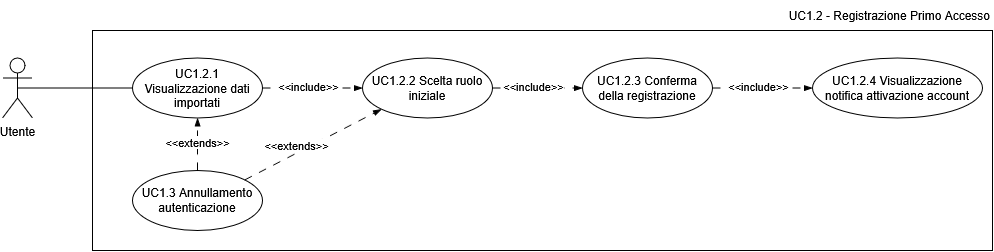
Above: docs/asset/UC1.2.png in HeptaCode-UniPD/heptacode-unipd.github.io (draw.io), before the change. Source tidied: cells renumbered, new cells last; positions are measured from the earlier drawing's top-left corner, leaving out a move shared by most shapes. Its diagram source:
```xml
<mxGraphModel>
  <root>
    <mxCell id="0" />
    <mxCell id="1" parent="0" />
    <mxCell id="2" style="rounded=0;whiteSpace=wrap;html=1;fillColor=none;" parent="1" vertex="1">
      <mxGeometry x="90" y="30" width="900" height="220" as="geometry" />
    </mxCell>
    <mxCell id="3" style="rounded=0;jettySize=auto;html=1;exitX=0.5;exitY=0.5;exitDx=0;exitDy=0;exitPerimeter=0;entryX=0;entryY=0.5;entryDx=0;entryDy=0;endArrow=none;endFill=0;" parent="1" edge="1" source="4" target="5">
      <mxGeometry relative="1" as="geometry" />
    </mxCell>
    <mxCell id="4" value="Utente" style="shape=umlActor;verticalLabelPosition=bottom;verticalAlign=top;html=1;outlineConnect=0;" parent="1" vertex="1">
      <mxGeometry y="57.5" width="30" height="60" as="geometry" />
    </mxCell>
    <mxCell id="5" value="UC1.2.1 Visualizzazione dati importati" style="ellipse;whiteSpace=wrap;html=1;" parent="1" vertex="1">
      <mxGeometry x="130" y="57.5" width="130" height="60" as="geometry" />
    </mxCell>
    <mxCell id="6" style="edgeStyle=none;shape=connector;rounded=0;orthogonalLoop=1;jettySize=auto;html=1;exitX=0.5;exitY=1;exitDx=0;exitDy=0;strokeColor=default;align=center;verticalAlign=middle;fontFamily=Helvetica;fontSize=11;fontColor=default;labelBackgroundColor=default;endArrow=none;endFill=0;" parent="1" edge="1" source="2" target="2">
      <mxGeometry relative="1" as="geometry" />
    </mxCell>
    <mxCell id="7" value="UC1.2.2 Scelta ruolo iniziale" style="ellipse;whiteSpace=wrap;html=1;" parent="1" vertex="1">
      <mxGeometry x="360" y="57.5" width="130" height="60" as="geometry" />
    </mxCell>
    <mxCell id="8" style="edgeStyle=none;shape=connector;rounded=0;jettySize=auto;html=1;exitX=1;exitY=0.5;exitDx=0;exitDy=0;entryX=0;entryY=0.5;entryDx=0;entryDy=0;strokeColor=default;align=center;verticalAlign=middle;fontFamily=Helvetica;fontSize=11;fontColor=default;labelBackgroundColor=default;endArrow=blockThin;endFill=1;startArrow=none;startFill=0;dashed=1;dashPattern=8 8;" parent="1" edge="1" source="5" target="7">
      <mxGeometry relative="1" as="geometry" />
    </mxCell>
    <mxCell id="9" value="&amp;lt;&amp;lt;include&amp;gt;&amp;gt;" style="edgeLabel;html=1;align=center;verticalAlign=middle;fontFamily=Helvetica;fontSize=11;fontColor=default;labelBackgroundColor=default;" parent="8" vertex="1">
      <mxGeometry x="-0.11" y="2" relative="1" as="geometry" />
    </mxCell>
    <mxCell id="10" value="UC1.3 Annullamento autenticazione" style="ellipse;whiteSpace=wrap;html=1;" parent="1" vertex="1">
      <mxGeometry x="130" y="170" width="130" height="60" as="geometry" />
    </mxCell>
    <mxCell id="11" style="edgeStyle=none;shape=connector;rounded=0;jettySize=auto;html=1;exitX=0.5;exitY=0;exitDx=0;exitDy=0;entryX=0.5;entryY=1;entryDx=0;entryDy=0;strokeColor=default;align=center;verticalAlign=middle;fontFamily=Helvetica;fontSize=11;fontColor=default;labelBackgroundColor=default;endArrow=blockThin;endFill=1;dashed=1;dashPattern=8 8;" parent="1" edge="1" source="10" target="5">
      <mxGeometry relative="1" as="geometry" />
    </mxCell>
    <mxCell id="12" value="&amp;lt;&amp;lt;extends&amp;gt;&amp;gt;" style="edgeLabel;html=1;align=center;verticalAlign=middle;fontFamily=Helvetica;fontSize=11;fontColor=default;labelBackgroundColor=default;" parent="11" vertex="1">
      <mxGeometry x="-0.21" y="-2" relative="1" as="geometry">
        <mxPoint x="-3" y="-9" as="offset" />
      </mxGeometry>
    </mxCell>
    <mxCell id="13" value="UC1.2.3 Conferma della registrazione" style="ellipse;whiteSpace=wrap;html=1;" parent="1" vertex="1">
      <mxGeometry x="580" y="57.5" width="130" height="60" as="geometry" />
    </mxCell>
    <mxCell id="14" style="edgeStyle=none;shape=connector;rounded=0;jettySize=auto;html=1;exitX=1;exitY=0.5;exitDx=0;exitDy=0;entryX=0;entryY=0.5;entryDx=0;entryDy=0;strokeColor=default;align=center;verticalAlign=middle;fontFamily=Helvetica;fontSize=11;fontColor=default;labelBackgroundColor=default;endArrow=blockThin;endFill=1;startArrow=none;startFill=0;dashed=1;dashPattern=8 8;" parent="1" edge="1" source="7" target="13">
      <mxGeometry relative="1" as="geometry" />
    </mxCell>
    <mxCell id="15" value="&amp;lt;&amp;lt;include&amp;gt;&amp;gt;" style="edgeLabel;html=1;align=center;verticalAlign=middle;fontFamily=Helvetica;fontSize=11;fontColor=default;labelBackgroundColor=default;" parent="14" vertex="1">
      <mxGeometry x="-0.11" y="2" relative="1" as="geometry" />
    </mxCell>
    <mxCell id="16" style="edgeStyle=none;shape=connector;rounded=0;jettySize=auto;html=1;exitX=1;exitY=0;exitDx=0;exitDy=0;entryX=0;entryY=1;entryDx=0;entryDy=0;strokeColor=default;align=center;verticalAlign=middle;fontFamily=Helvetica;fontSize=11;fontColor=default;labelBackgroundColor=default;endArrow=blockThin;endFill=1;dashed=1;dashPattern=8 8;" parent="1" edge="1" source="10" target="7">
      <mxGeometry relative="1" as="geometry" />
    </mxCell>
    <mxCell id="17" value="&amp;lt;&amp;lt;extends&amp;gt;&amp;gt;" style="edgeLabel;html=1;align=center;verticalAlign=middle;fontFamily=Helvetica;fontSize=11;fontColor=default;labelBackgroundColor=default;" parent="16" vertex="1">
      <mxGeometry x="-0.21" y="-2" relative="1" as="geometry">
        <mxPoint x="-3" y="-9" as="offset" />
      </mxGeometry>
    </mxCell>
    <mxCell id="18" value="UC1.2.4 Visualizzazione notifica attivazione account" style="ellipse;whiteSpace=wrap;html=1;" parent="1" vertex="1">
      <mxGeometry x="810" y="57.5" width="170" height="60" as="geometry" />
    </mxCell>
    <mxCell id="19" style="edgeStyle=none;shape=connector;rounded=0;jettySize=auto;html=1;exitX=1;exitY=0.5;exitDx=0;exitDy=0;entryX=0;entryY=0.5;entryDx=0;entryDy=0;strokeColor=default;align=center;verticalAlign=middle;fontFamily=Helvetica;fontSize=11;fontColor=default;labelBackgroundColor=default;endArrow=blockThin;endFill=1;startArrow=none;startFill=0;dashed=1;dashPattern=8 8;" parent="1" edge="1" source="13" target="18">
      <mxGeometry relative="1" as="geometry" />
    </mxCell>
    <mxCell id="20" value="&amp;lt;&amp;lt;include&amp;gt;&amp;gt;" style="edgeLabel;html=1;align=center;verticalAlign=middle;fontFamily=Helvetica;fontSize=11;fontColor=default;labelBackgroundColor=default;" parent="19" vertex="1">
      <mxGeometry x="-0.11" y="2" relative="1" as="geometry" />
    </mxCell>
    <mxCell id="21" value="UC1.2 - Registrazione Primo Accesso" style="text;html=1;whiteSpace=wrap;strokeColor=none;fillColor=none;align=right;verticalAlign=middle;rounded=0;" parent="1" vertex="1">
      <mxGeometry x="610" width="380" height="30" as="geometry" />
    </mxCell>
  </root>
</mxGraphModel>
```
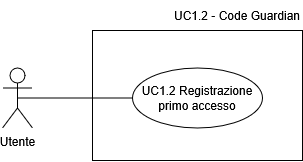
After the commit.

Change to the diagram source:
```diff
@@ -2,69 +2,23 @@
   <root>
     <mxCell id="0" />
     <mxCell id="1" parent="0" />
-    <mxCell id="2" style="rounded=0;whiteSpace=wrap;html=1;fillColor=none;" parent="1" vertex="1">
-      <mxGeometry x="90" y="30" width="900" height="220" as="geometry" />
-    </mxCell>
-    <mxCell id="3" style="rounded=0;jettySize=auto;html=1;exitX=0.5;exitY=0.5;exitDx=0;exitDy=0;exitPerimeter=0;entryX=0;entryY=0.5;entryDx=0;entryDy=0;endArrow=none;endFill=0;" parent="1" edge="1" source="4" target="5">
-      <mxGeometry relative="1" as="geometry" />
-    </mxCell>
+    <mxCell id="22" style="rounded=0;whiteSpace=wrap;html=1;fillColor=none;" parent="1" vertex="1">
+      <mxGeometry x="90" y="20" width="210" height="130" as="geometry" />
+    </mxCell>
+    <mxCell id="23" style="rounded=0;jettySize=auto;html=1;exitX=0.5;exitY=0.5;exitDx=0;exitDy=0;exitPerimeter=0;entryX=0;entryY=0.5;entryDx=0;entryDy=0;endArrow=none;endFill=0;" parent="1" edge="1" source="4" target="25">
+      <mxGeometry relative="1" as="geometry" />
+    </mxCell>
     <mxCell id="4" value="Utente" style="shape=umlActor;verticalLabelPosition=bottom;verticalAlign=top;html=1;outlineConnect=0;" parent="1" vertex="1">
       <mxGeometry y="57.5" width="30" height="60" as="geometry" />
     </mxCell>
-    <mxCell id="5" value="UC1.2.1 Visualizzazione dati importati" style="ellipse;whiteSpace=wrap;html=1;" parent="1" vertex="1">
-      <mxGeometry x="130" y="57.5" width="130" height="60" as="geometry" />
-    </mxCell>
-    <mxCell id="6" style="edgeStyle=none;shape=connector;rounded=0;orthogonalLoop=1;jettySize=auto;html=1;exitX=0.5;exitY=1;exitDx=0;exitDy=0;strokeColor=default;align=center;verticalAlign=middle;fontFamily=Helvetica;fontSize=11;fontColor=default;labelBackgroundColor=default;endArrow=none;endFill=0;" parent="1" edge="1" source="2" target="2">
-      <mxGeometry relative="1" as="geometry" />
-    </mxCell>
-    <mxCell id="7" value="UC1.2.2 Scelta ruolo iniziale" style="ellipse;whiteSpace=wrap;html=1;" parent="1" vertex="1">
-      <mxGeometry x="360" y="57.5" width="130" height="60" as="geometry" />
-    </mxCell>
-    <mxCell id="8" style="edgeStyle=none;shape=connector;rounded=0;jettySize=auto;html=1;exitX=1;exitY=0.5;exitDx=0;exitDy=0;entryX=0;entryY=0.5;entryDx=0;entryDy=0;strokeColor=default;align=center;verticalAlign=middle;fontFamily=Helvetica;fontSize=11;fontColor=default;labelBackgroundColor=default;endArrow=blockThin;endFill=1;startArrow=none;startFill=0;dashed=1;dashPattern=8 8;" parent="1" edge="1" source="5" target="7">
-      <mxGeometry relative="1" as="geometry" />
-    </mxCell>
-    <mxCell id="9" value="&amp;lt;&amp;lt;include&amp;gt;&amp;gt;" style="edgeLabel;html=1;align=center;verticalAlign=middle;fontFamily=Helvetica;fontSize=11;fontColor=default;labelBackgroundColor=default;" parent="8" vertex="1">
-      <mxGeometry x="-0.11" y="2" relative="1" as="geometry" />
-    </mxCell>
-    <mxCell id="10" value="UC1.3 Annullamento autenticazione" style="ellipse;whiteSpace=wrap;html=1;" parent="1" vertex="1">
-      <mxGeometry x="130" y="170" width="130" height="60" as="geometry" />
-    </mxCell>
-    <mxCell id="11" style="edgeStyle=none;shape=connector;rounded=0;jettySize=auto;html=1;exitX=0.5;exitY=0;exitDx=0;exitDy=0;entryX=0.5;entryY=1;entryDx=0;entryDy=0;strokeColor=default;align=center;verticalAlign=middle;fontFamily=Helvetica;fontSize=11;fontColor=default;labelBackgroundColor=default;endArrow=blockThin;endFill=1;dashed=1;dashPattern=8 8;" parent="1" edge="1" source="10" target="5">
-      <mxGeometry relative="1" as="geometry" />
-    </mxCell>
-    <mxCell id="12" value="&amp;lt;&amp;lt;extends&amp;gt;&amp;gt;" style="edgeLabel;html=1;align=center;verticalAlign=middle;fontFamily=Helvetica;fontSize=11;fontColor=default;labelBackgroundColor=default;" parent="11" vertex="1">
-      <mxGeometry x="-0.21" y="-2" relative="1" as="geometry">
-        <mxPoint x="-3" y="-9" as="offset" />
-      </mxGeometry>
-    </mxCell>
-    <mxCell id="13" value="UC1.2.3 Conferma della registrazione" style="ellipse;whiteSpace=wrap;html=1;" parent="1" vertex="1">
-      <mxGeometry x="580" y="57.5" width="130" height="60" as="geometry" />
-    </mxCell>
-    <mxCell id="14" style="edgeStyle=none;shape=connector;rounded=0;jettySize=auto;html=1;exitX=1;exitY=0.5;exitDx=0;exitDy=0;entryX=0;entryY=0.5;entryDx=0;entryDy=0;strokeColor=default;align=center;verticalAlign=middle;fontFamily=Helvetica;fontSize=11;fontColor=default;labelBackgroundColor=default;endArrow=blockThin;endFill=1;startArrow=none;startFill=0;dashed=1;dashPattern=8 8;" parent="1" edge="1" source="7" target="13">
-      <mxGeometry relative="1" as="geometry" />
-    </mxCell>
-    <mxCell id="15" value="&amp;lt;&amp;lt;include&amp;gt;&amp;gt;" style="edgeLabel;html=1;align=center;verticalAlign=middle;fontFamily=Helvetica;fontSize=11;fontColor=default;labelBackgroundColor=default;" parent="14" vertex="1">
-      <mxGeometry x="-0.11" y="2" relative="1" as="geometry" />
-    </mxCell>
-    <mxCell id="16" style="edgeStyle=none;shape=connector;rounded=0;jettySize=auto;html=1;exitX=1;exitY=0;exitDx=0;exitDy=0;entryX=0;entryY=1;entryDx=0;entryDy=0;strokeColor=default;align=center;verticalAlign=middle;fontFamily=Helvetica;fontSize=11;fontColor=default;labelBackgroundColor=default;endArrow=blockThin;endFill=1;dashed=1;dashPattern=8 8;" parent="1" edge="1" source="10" target="7">
-      <mxGeometry relative="1" as="geometry" />
-    </mxCell>
-    <mxCell id="17" value="&amp;lt;&amp;lt;extends&amp;gt;&amp;gt;" style="edgeLabel;html=1;align=center;verticalAlign=middle;fontFamily=Helvetica;fontSize=11;fontColor=default;labelBackgroundColor=default;" parent="16" vertex="1">
-      <mxGeometry x="-0.21" y="-2" relative="1" as="geometry">
-        <mxPoint x="-3" y="-9" as="offset" />
-      </mxGeometry>
-    </mxCell>
-    <mxCell id="18" value="UC1.2.4 Visualizzazione notifica attivazione account" style="ellipse;whiteSpace=wrap;html=1;" parent="1" vertex="1">
-      <mxGeometry x="810" y="57.5" width="170" height="60" as="geometry" />
-    </mxCell>
-    <mxCell id="19" style="edgeStyle=none;shape=connector;rounded=0;jettySize=auto;html=1;exitX=1;exitY=0.5;exitDx=0;exitDy=0;entryX=0;entryY=0.5;entryDx=0;entryDy=0;strokeColor=default;align=center;verticalAlign=middle;fontFamily=Helvetica;fontSize=11;fontColor=default;labelBackgroundColor=default;endArrow=blockThin;endFill=1;startArrow=none;startFill=0;dashed=1;dashPattern=8 8;" parent="1" edge="1" source="13" target="18">
-      <mxGeometry relative="1" as="geometry" />
-    </mxCell>
-    <mxCell id="20" value="&amp;lt;&amp;lt;include&amp;gt;&amp;gt;" style="edgeLabel;html=1;align=center;verticalAlign=middle;fontFamily=Helvetica;fontSize=11;fontColor=default;labelBackgroundColor=default;" parent="19" vertex="1">
-      <mxGeometry x="-0.11" y="2" relative="1" as="geometry" />
-    </mxCell>
-    <mxCell id="21" value="UC1.2 - Registrazione Primo Accesso" style="text;html=1;whiteSpace=wrap;strokeColor=none;fillColor=none;align=right;verticalAlign=middle;rounded=0;" parent="1" vertex="1">
-      <mxGeometry x="610" width="380" height="30" as="geometry" />
-    </mxCell>
+    <mxCell id="24" value="UC1.2 - Code Guardian" style="text;html=1;whiteSpace=wrap;strokeColor=none;fillColor=none;align=right;verticalAlign=middle;rounded=0;" parent="1" vertex="1">
+      <mxGeometry x="100" y="-10" width="200" height="30" as="geometry" />
+    </mxCell>
+    <mxCell id="25" value="UC1.2 Registrazione primo accesso" style="ellipse;whiteSpace=wrap;html=1;" parent="1" vertex="1">
+      <mxGeometry x="130" y="57.5" width="130" height="60" as="geometry" />
+    </mxCell>
+    <mxCell id="26" style="edgeStyle=none;shape=connector;rounded=0;orthogonalLoop=1;jettySize=auto;html=1;exitX=0.5;exitY=1;exitDx=0;exitDy=0;strokeColor=default;align=center;verticalAlign=middle;fontFamily=Helvetica;fontSize=11;fontColor=default;labelBackgroundColor=default;endArrow=none;endFill=0;" parent="1" edge="1" source="22" target="22">
+      <mxGeometry relative="1" as="geometry" />
+    </mxCell>
   </root>
 </mxGraphModel>
```
